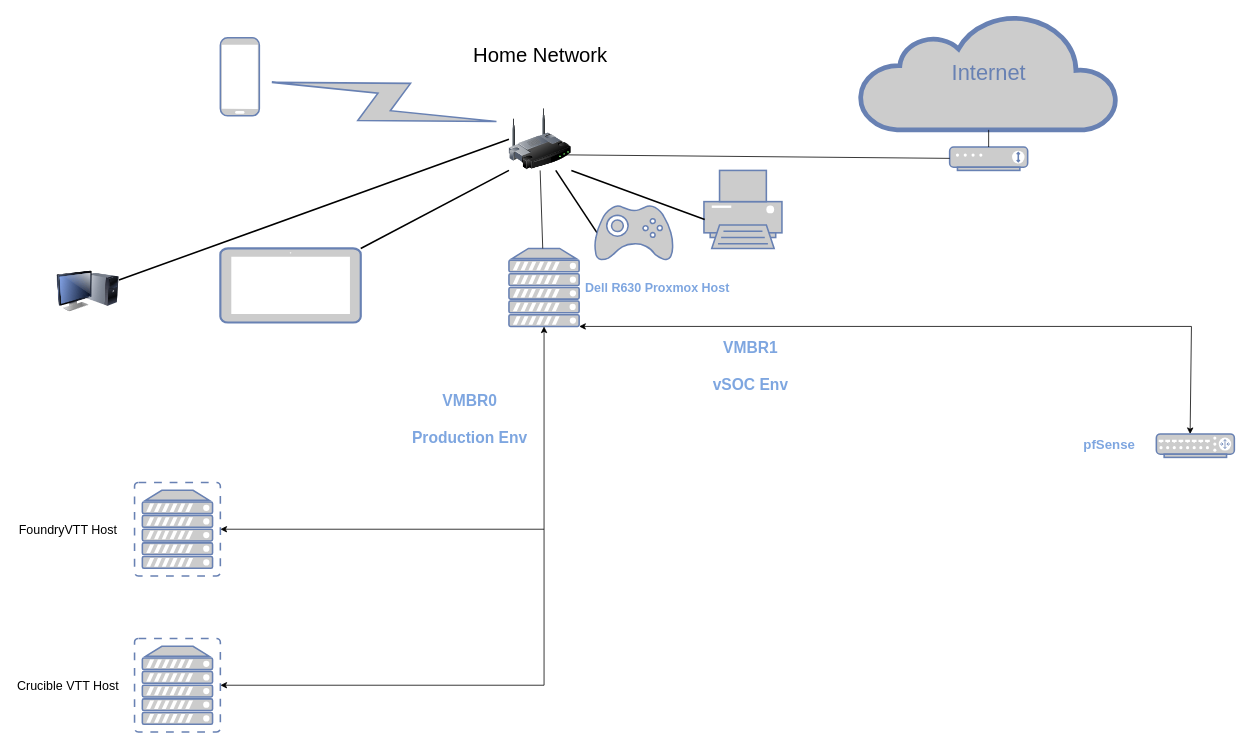
barebonescyber/homelabNetwork_diagram keeps this draw.io diagram as homelabNetwork_diagram.drawio. Above is the earlier version. Source tidied: cells renumbered, new cells numbered last; positions are measured from the earlier drawing's top-left corner, leaving out a move shared by most shapes. Both pictures are drawn from the tidied source at 78%, with x=0, y=0 at pixel (13, 14).
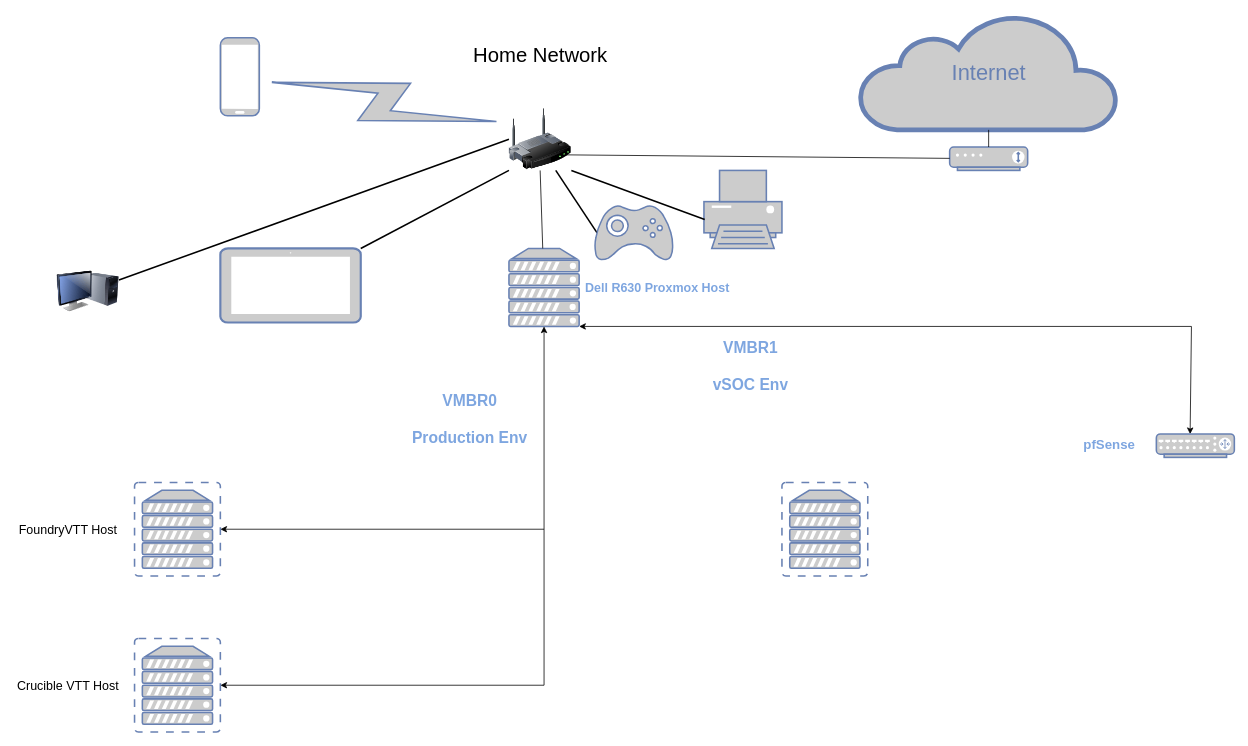
The same page after the edit.

Diff of the diagram source:
```diff
@@
+    <mxCell id="32" style="fontColor=#0066CC;verticalAlign=top;verticalLabelPosition=bottom;labelPosition=center;align=center;html=1;fillColor=#CCCCCC;strokeColor=#6881B3;gradientColor=none;gradientDirection=north;strokeWidth=2;shape=mxgraph.networks.virtual_server;" parent="1" vertex="1">
+      <mxGeometry x="985" y="600" width="110" height="120" as="geometry" />
+    </mxCell>
```
